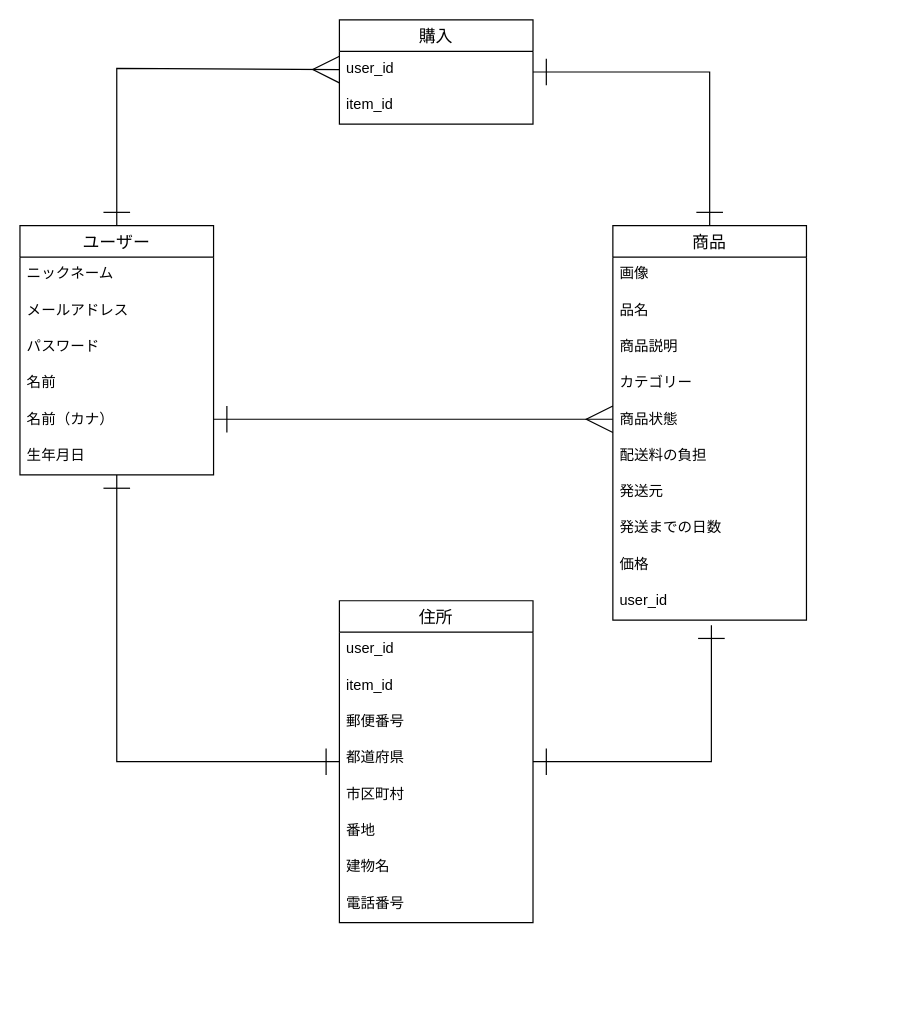
Earlier version of the draw.io diagram ER.dio (kawamatatakuya/furima-34881). Source tidied: cells renumbered, new cells numbered last; positions are measured from the earlier drawing's top-left corner, leaving out a move shared by most shapes. Both pictures are drawn from the tidied source at 121%, with x=0, y=0 at pixel (19, 19).
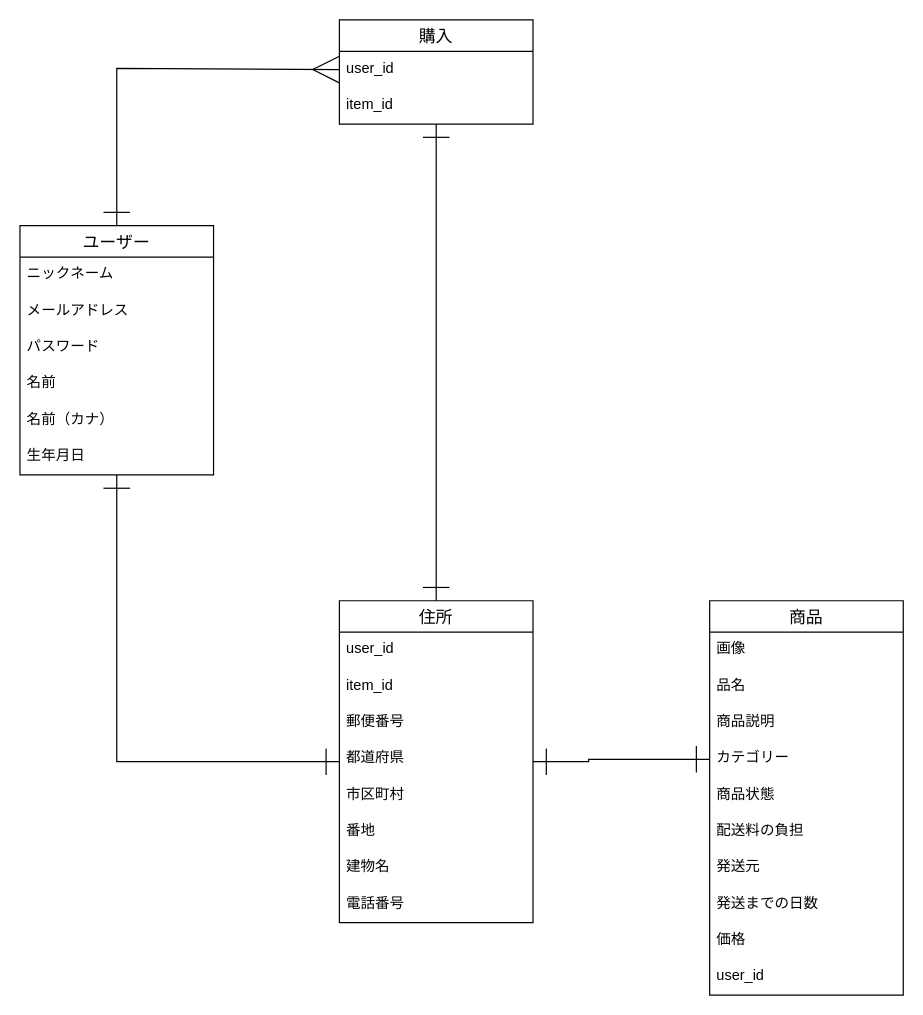
After the change.

Commit message (it also covers changes not shown here):
データーベース設計修正

Unchanged cells that the change refers to:
```xml
<mxCell id="7" value="カテゴリー" style="text;strokeColor=none;fillColor=none;spacingLeft=4;spacingRight=4;overflow=hidden;points=[[0,0.5],[1,0.5]];portConstraint=eastwest;fontSize=12;" parent="3" vertex="1">
  <mxGeometry y="116" width="160" height="30" as="geometry" />
</mxCell>
<mxCell id="13" value="user_id" style="text;strokeColor=none;fillColor=none;spacingLeft=4;spacingRight=4;overflow=hidden;points=[[0,0.5],[1,0.5]];portConstraint=eastwest;fontSize=12;" parent="3" vertex="1">
  <mxGeometry y="296" width="160" height="30" as="geometry" />
</mxCell>
<mxCell id="17" value="ユーザー" style="swimlane;fontStyle=0;horizontal=1;startSize=26;align=center;fontSize=14;" parent="1" vertex="1">
  <mxGeometry y="170" width="160" height="206" as="geometry" />
</mxCell>
<mxCell id="24" value="購入" style="swimlane;fontStyle=0;horizontal=1;startSize=26;align=center;fontSize=14;" parent="1" vertex="1">
  <mxGeometry x="264" width="160" height="86" as="geometry" />
</mxCell>
<mxCell id="28" value="住所" style="swimlane;fontStyle=0;horizontal=1;startSize=26;align=center;fontSize=14;" parent="1" vertex="1">
  <mxGeometry x="264" y="480" width="160" height="266" as="geometry" />
</mxCell>
```

Change to the diagram source:
```diff
@@
-    <mxCell id="2" style="edgeStyle=orthogonalEdgeStyle;rounded=0;jettySize=auto;html=1;startArrow=ERone;startFill=0;endArrow=ERone;endFill=0;endSize=20;startSize=20;" parent="1" edge="1" source="3" target="24">
-      <mxGeometry relative="1" as="geometry">
-        <Array as="points">
-          <mxPoint x="570" y="43" />
-        </Array>
-      </mxGeometry>
-    </mxCell>
     <mxCell id="3" value="商品" style="swimlane;fontStyle=0;horizontal=1;startSize=26;align=center;fontSize=14;" parent="1" vertex="1">
-      <mxGeometry x="490" y="170" width="160" height="326" as="geometry" />
+      <mxGeometry x="570" y="480" width="160" height="326" as="geometry" />
     </mxCell>
@@
-    <mxCell id="15" style="edgeStyle=orthogonalEdgeStyle;rounded=0;jettySize=auto;html=1;startArrow=ERone;startFill=0;endArrow=ERmany;endFill=0;strokeWidth=1;endSize=20;startSize=20;" parent="1" edge="1" source="17" target="3">
-      <mxGeometry relative="1" as="geometry">
-        <Array as="points">
-          <mxPoint x="310" y="330" />
-          <mxPoint x="310" y="330" />
-        </Array>
-      </mxGeometry>
-    </mxCell>
@@
-    <mxCell id="27" style="edgeStyle=orthogonalEdgeStyle;rounded=0;jettySize=auto;html=1;entryX=0.509;entryY=1.138;entryDx=0;entryDy=0;entryPerimeter=0;startArrow=ERone;startFill=0;startSize=20;endArrow=ERone;endFill=0;endSize=20;strokeWidth=1;" parent="1" edge="1" source="28" target="13">
+    <mxCell id="27" style="edgeStyle=orthogonalEdgeStyle;rounded=0;jettySize=auto;html=1;startArrow=ERone;startFill=0;startSize=20;endArrow=ERone;endFill=0;endSize=20;strokeWidth=1;entryX=0;entryY=0.5;entryDx=0;entryDy=0;" parent="1" edge="1" source="28" target="7">
       <mxGeometry relative="1" as="geometry">
         <Array as="points">
-          <mxPoint x="571" y="613" />
+          <mxPoint x="470" y="613" />
+          <mxPoint x="470" y="611" />
         </Array>
       </mxGeometry>
     </mxCell>
+    <mxCell id="37" style="edgeStyle=orthogonalEdgeStyle;rounded=0;jettySize=auto;html=1;startArrow=ERone;startFill=0;startSize=20;endArrow=ERone;endFill=0;endSize=20;strokeWidth=1;" parent="1" edge="1" source="28" target="24">
+      <mxGeometry relative="1" as="geometry" />
+    </mxCell>
```
